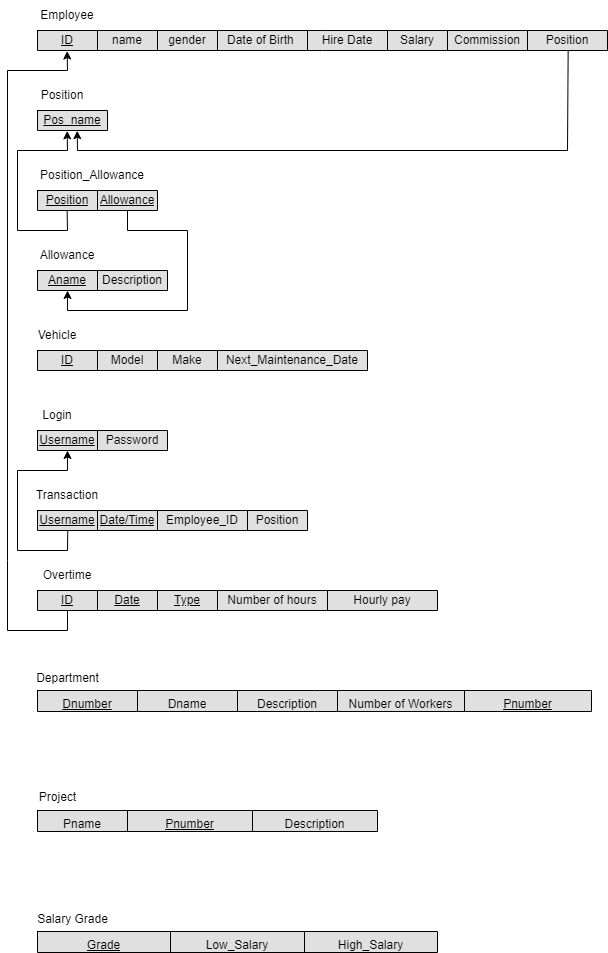
The draw.io diagram Phase 1/Relational Schema.drawio.png in AhmedElkhashn/DB-project, before a commit. Source tidied: cells renumbered, new cells last; positions are measured from the earlier drawing's top-left corner, leaving out a move shared by most shapes.
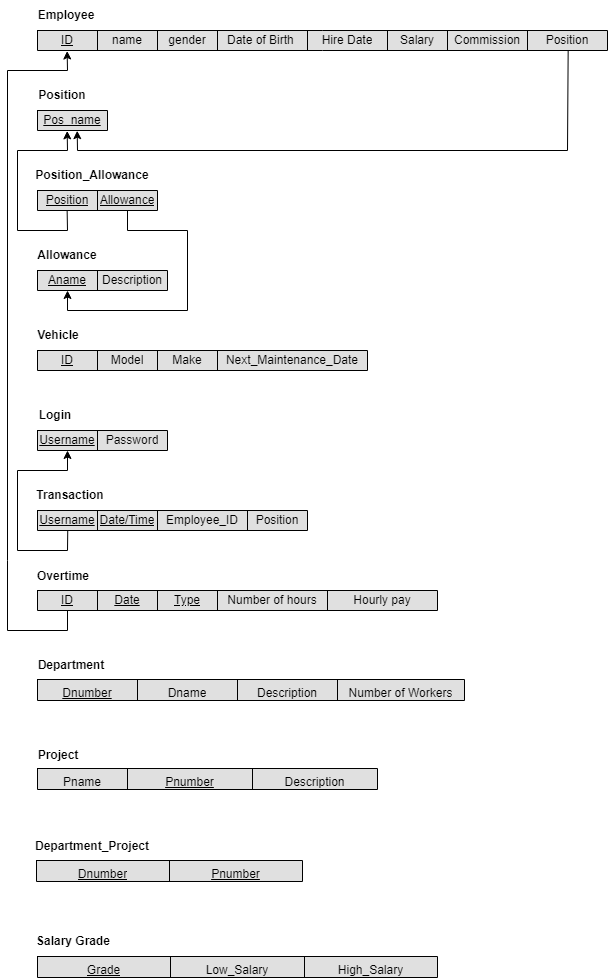
The same file after the commit.

Change to the diagram source:
```diff
@@ -3,7 +3,7 @@
     <mxCell id="0" />
     <mxCell id="1" parent="0" />
     <mxCell id="2" style="shape=table;startSize=0;fontSize=16;fillColor=#E0E0E0;fontColor=#333333;strokeColor=#000000;" parent="1" vertex="1">
-      <mxGeometry x="30" y="30" width="570" height="20" as="geometry" />
+      <mxGeometry x="30" y="22" width="570" height="20" as="geometry" />
     </mxCell>
     <mxCell id="3" style="shape=tableRow;horizontal=0;startSize=0;swimlaneHead=0;swimlaneBody=0;strokeColor=inherit;top=0;left=0;bottom=0;right=0;fillColor=none;points=[[0,0.5],[1,0.5]];portConstraint=eastwest;fontSize=16;" parent="2" vertex="1">
       <mxGeometry width="570" height="20" as="geometry" />
@@ -32,11 +32,11 @@
     <mxCell id="11" value="Position" style="shape=partialRectangle;html=1;whiteSpace=wrap;strokeColor=inherit;overflow=hidden;fillColor=none;top=0;left=0;bottom=0;right=0;fontSize=12;" parent="3" vertex="1">
       <mxGeometry x="490" width="80" height="20" as="geometry" />
     </mxCell>
-    <mxCell id="12" value="Employee" style="text;html=1;strokeColor=none;fillColor=none;align=center;verticalAlign=middle;whiteSpace=wrap;rounded=0;" parent="1" vertex="1">
-      <mxGeometry x="30" width="60" height="30" as="geometry" />
+    <mxCell id="12" value="Employee" style="text;html=1;strokeColor=none;fillColor=none;align=center;verticalAlign=middle;whiteSpace=wrap;rounded=0;fontStyle=1;" parent="1" vertex="1">
+      <mxGeometry x="29" y="-8" width="60" height="30" as="geometry" />
     </mxCell>
     <mxCell id="13" style="shape=table;startSize=0;fontSize=16;fillColor=#e0e0e0;fontColor=#333333;strokeColor=#000000;" parent="1" vertex="1">
-      <mxGeometry x="30" y="190" width="120" height="20" as="geometry" />
+      <mxGeometry x="30" y="182" width="120" height="20" as="geometry" />
     </mxCell>
     <mxCell id="14" style="shape=tableRow;horizontal=0;startSize=0;swimlaneHead=0;swimlaneBody=0;strokeColor=inherit;top=0;left=0;bottom=0;right=0;fillColor=none;points=[[0,0.5],[1,0.5]];portConstraint=eastwest;fontSize=16;" parent="13" vertex="1">
       <mxGeometry width="120" height="20" as="geometry" />
@@ -47,11 +47,11 @@
     <mxCell id="16" value="&lt;u&gt;Allowance&lt;/u&gt;" style="shape=partialRectangle;html=1;whiteSpace=wrap;strokeColor=inherit;overflow=hidden;fillColor=none;top=0;left=0;bottom=0;right=0;fontSize=12;" parent="14" vertex="1">
       <mxGeometry x="60" width="60" height="20" as="geometry" />
     </mxCell>
-    <mxCell id="17" value="Position_Allowance" style="text;html=1;strokeColor=none;fillColor=none;align=center;verticalAlign=middle;whiteSpace=wrap;rounded=0;" parent="1" vertex="1">
-      <mxGeometry x="30" y="160" width="110" height="30" as="geometry" />
+    <mxCell id="17" value="Position_Allowance" style="text;html=1;strokeColor=none;fillColor=none;align=center;verticalAlign=middle;whiteSpace=wrap;rounded=0;fontStyle=1;" parent="1" vertex="1">
+      <mxGeometry x="30" y="152" width="110" height="30" as="geometry" />
     </mxCell>
     <mxCell id="18" style="shape=table;startSize=0;fontSize=16;fillColor=#e0e0e0;fontColor=#333333;strokeColor=#000000;" parent="1" vertex="1">
-      <mxGeometry x="30" y="270" width="130" height="20" as="geometry" />
+      <mxGeometry x="30" y="262" width="130" height="20" as="geometry" />
     </mxCell>
     <mxCell id="19" style="shape=tableRow;horizontal=0;startSize=0;swimlaneHead=0;swimlaneBody=0;strokeColor=inherit;top=0;left=0;bottom=0;right=0;fillColor=none;points=[[0,0.5],[1,0.5]];portConstraint=eastwest;fontSize=16;" parent="18" vertex="1">
       <mxGeometry width="130" height="20" as="geometry" />
@@ -62,11 +62,11 @@
     <mxCell id="21" value="Description" style="shape=partialRectangle;html=1;whiteSpace=wrap;strokeColor=inherit;overflow=hidden;fillColor=none;top=0;left=0;bottom=0;right=0;fontSize=12;" parent="19" vertex="1">
       <mxGeometry x="60" width="70" height="20" as="geometry" />
     </mxCell>
-    <mxCell id="22" value="Allowance" style="text;html=1;strokeColor=none;fillColor=none;align=center;verticalAlign=middle;whiteSpace=wrap;rounded=0;" parent="1" vertex="1">
-      <mxGeometry x="30" y="240" width="60" height="30" as="geometry" />
+    <mxCell id="22" value="Allowance" style="text;html=1;strokeColor=none;fillColor=none;align=center;verticalAlign=middle;whiteSpace=wrap;rounded=0;fontStyle=1;" parent="1" vertex="1">
+      <mxGeometry x="30" y="232" width="60" height="30" as="geometry" />
     </mxCell>
     <mxCell id="23" style="shape=table;startSize=0;fontSize=16;fillColor=#E0E0E0;fontColor=#333333;strokeColor=#000000;" parent="1" vertex="1">
-      <mxGeometry x="30" y="350" width="330" height="20" as="geometry" />
+      <mxGeometry x="30" y="342" width="330" height="20" as="geometry" />
     </mxCell>
     <mxCell id="24" style="shape=tableRow;horizontal=0;startSize=0;swimlaneHead=0;swimlaneBody=0;strokeColor=inherit;top=0;left=0;bottom=0;right=0;fillColor=none;fontSize=16;" parent="23" vertex="1">
       <mxGeometry width="330" height="20" as="geometry" />
@@ -84,7 +84,7 @@
       <mxGeometry x="180" width="150" height="20" as="geometry" />
     </mxCell>
     <mxCell id="29" style="shape=table;startSize=0;fontSize=16;fillColor=#e0e0e0;fontColor=#333333;strokeColor=#000000;" parent="1" vertex="1">
-      <mxGeometry x="30" y="430" width="130" height="20" as="geometry" />
+      <mxGeometry x="30" y="422" width="130" height="20" as="geometry" />
     </mxCell>
     <mxCell id="30" style="shape=tableRow;horizontal=0;startSize=0;swimlaneHead=0;swimlaneBody=0;strokeColor=inherit;top=0;left=0;bottom=0;right=0;fillColor=none;fontSize=16;" parent="29" vertex="1">
       <mxGeometry width="130" height="20" as="geometry" />
@@ -95,14 +95,14 @@
     <mxCell id="32" value="Password" style="shape=partialRectangle;html=1;whiteSpace=wrap;strokeColor=inherit;overflow=hidden;fillColor=none;top=0;left=0;bottom=0;right=0;fontSize=12;" parent="30" vertex="1">
       <mxGeometry x="60" width="70" height="20" as="geometry" />
     </mxCell>
-    <mxCell id="33" value="Login" style="text;html=1;strokeColor=none;fillColor=none;align=center;verticalAlign=middle;whiteSpace=wrap;rounded=0;" parent="1" vertex="1">
-      <mxGeometry x="20" y="400" width="60" height="30" as="geometry" />
+    <mxCell id="33" value="Login" style="text;html=1;strokeColor=none;fillColor=none;align=center;verticalAlign=middle;whiteSpace=wrap;rounded=0;fontStyle=1;" parent="1" vertex="1">
+      <mxGeometry x="18" y="392" width="60" height="30" as="geometry" />
     </mxCell>
-    <mxCell id="34" value="Vehicle" style="text;html=1;strokeColor=none;fillColor=none;align=center;verticalAlign=middle;whiteSpace=wrap;rounded=0;" parent="1" vertex="1">
-      <mxGeometry x="20" y="320" width="60" height="30" as="geometry" />
+    <mxCell id="34" value="Vehicle" style="text;html=1;strokeColor=none;fillColor=none;align=center;verticalAlign=middle;whiteSpace=wrap;rounded=0;fontStyle=1;" parent="1" vertex="1">
+      <mxGeometry x="21" y="312" width="60" height="30" as="geometry" />
     </mxCell>
     <mxCell id="35" style="shape=table;startSize=0;fontSize=16;fillColor=#E0E0E0;fontColor=#333333;strokeColor=#000000;" parent="1" vertex="1">
-      <mxGeometry x="30" y="510" width="270" height="20" as="geometry" />
+      <mxGeometry x="30" y="502" width="270" height="20" as="geometry" />
     </mxCell>
     <mxCell id="36" style="shape=tableRow;horizontal=0;startSize=0;swimlaneHead=0;swimlaneBody=0;strokeColor=inherit;top=0;left=0;bottom=0;right=0;fillColor=none;points=[[0,0.5],[1,0.5]];portConstraint=eastwest;fontSize=16;" parent="35" vertex="1">
       <mxGeometry width="270" height="20" as="geometry" />
@@ -119,22 +119,22 @@
     <mxCell id="40" value="Position" style="shape=partialRectangle;html=1;whiteSpace=wrap;strokeColor=inherit;overflow=hidden;fillColor=none;top=0;left=0;bottom=0;right=0;fontSize=12;" parent="36" vertex="1">
       <mxGeometry x="210" width="60" height="20" as="geometry" />
     </mxCell>
-    <mxCell id="41" value="Transaction" style="text;html=1;strokeColor=none;fillColor=none;align=center;verticalAlign=middle;whiteSpace=wrap;rounded=0;" parent="1" vertex="1">
-      <mxGeometry x="30" y="480" width="60" height="30" as="geometry" />
+    <mxCell id="41" value="Transaction" style="text;html=1;strokeColor=none;fillColor=none;align=center;verticalAlign=middle;whiteSpace=wrap;rounded=0;fontStyle=1;" parent="1" vertex="1">
+      <mxGeometry x="33" y="472" width="60" height="30" as="geometry" />
     </mxCell>
     <mxCell id="42" style="endArrow=classic;html=1;rounded=0;exitX=0.112;exitY=1.025;exitDx=0;exitDy=0;exitPerimeter=0;" parent="1" edge="1" source="36">
       <mxGeometry relative="1" as="geometry">
-        <mxPoint x="60" y="450" as="targetPoint" />
+        <mxPoint x="60" y="442" as="targetPoint" />
         <Array as="points">
-          <mxPoint x="60" y="550" />
-          <mxPoint x="10" y="550" />
-          <mxPoint x="10" y="470" />
-          <mxPoint x="60" y="470" />
+          <mxPoint x="60" y="542" />
+          <mxPoint x="10" y="542" />
+          <mxPoint x="10" y="462" />
+          <mxPoint x="60" y="462" />
         </Array>
       </mxGeometry>
     </mxCell>
     <mxCell id="43" style="shape=table;startSize=0;fontSize=16;fillColor=#E0E0E0;fontColor=#333333;strokeColor=#000000;fontStyle=4;" parent="1" vertex="1">
-      <mxGeometry x="30" y="590" width="400" height="20" as="geometry" />
+      <mxGeometry x="30" y="582" width="400" height="20" as="geometry" />
     </mxCell>
     <mxCell id="44" style="shape=tableRow;horizontal=0;startSize=0;swimlaneHead=0;swimlaneBody=0;strokeColor=inherit;top=0;left=0;bottom=0;right=0;fillColor=none;points=[[0,0.5],[1,0.5]];portConstraint=eastwest;fontSize=16;" parent="43" vertex="1">
       <mxGeometry width="400" height="20" as="geometry" />
@@ -154,22 +154,22 @@
     <mxCell id="49" value="Hourly pay" style="shape=partialRectangle;html=1;whiteSpace=wrap;strokeColor=inherit;overflow=hidden;fillColor=none;top=0;left=0;bottom=0;right=0;fontSize=12;" parent="44" vertex="1">
       <mxGeometry x="290" width="110" height="20" as="geometry" />
     </mxCell>
-    <mxCell id="50" value="Overtime" style="text;html=1;strokeColor=none;fillColor=none;align=center;verticalAlign=middle;whiteSpace=wrap;rounded=0;" parent="1" vertex="1">
-      <mxGeometry x="30" y="560" width="60" height="30" as="geometry" />
+    <mxCell id="50" value="Overtime" style="text;html=1;strokeColor=none;fillColor=none;align=center;verticalAlign=middle;whiteSpace=wrap;rounded=0;fontStyle=1;" parent="1" vertex="1">
+      <mxGeometry x="26" y="553" width="60" height="30" as="geometry" />
     </mxCell>
     <mxCell id="51" style="endArrow=classic;html=1;rounded=0;exitX=0.075;exitY=1.011;exitDx=0;exitDy=0;exitPerimeter=0;entryX=0.052;entryY=1.026;entryDx=0;entryDy=0;entryPerimeter=0;" parent="1" edge="1" source="44" target="3">
       <mxGeometry relative="1" as="geometry">
         <Array as="points">
-          <mxPoint x="60" y="630" />
-          <mxPoint y="630" />
-          <mxPoint y="560" />
-          <mxPoint y="70" />
-          <mxPoint x="60" y="70" />
+          <mxPoint x="60" y="622" />
+          <mxPoint y="622" />
+          <mxPoint y="552" />
+          <mxPoint y="62" />
+          <mxPoint x="60" y="62" />
         </Array>
       </mxGeometry>
     </mxCell>
     <mxCell id="52" style="shape=table;startSize=0;fontSize=16;fillColor=#e0e0e0;fontColor=#333333;strokeColor=#000000;" parent="1" vertex="1">
-      <mxGeometry x="30" y="110" width="70" height="20" as="geometry" />
+      <mxGeometry x="30" y="102" width="70" height="20" as="geometry" />
     </mxCell>
     <mxCell id="53" style="shape=tableRow;horizontal=0;startSize=0;swimlaneHead=0;swimlaneBody=0;strokeColor=inherit;top=0;left=0;bottom=0;right=0;fillColor=none;points=[[0,0.5],[1,0.5]];portConstraint=eastwest;fontSize=16;" parent="52" vertex="1">
       <mxGeometry width="70" height="20" as="geometry" />
@@ -177,42 +177,42 @@
     <mxCell id="54" value="&lt;u&gt;Pos_name&lt;/u&gt;" style="shape=partialRectangle;html=1;whiteSpace=wrap;strokeColor=inherit;overflow=hidden;fillColor=none;top=0;left=0;bottom=0;right=0;fontSize=12;" parent="53" vertex="1">
       <mxGeometry width="70" height="20" as="geometry" />
     </mxCell>
-    <mxCell id="55" value="Position" style="text;html=1;strokeColor=none;fillColor=none;align=center;verticalAlign=middle;whiteSpace=wrap;rounded=0;" parent="1" vertex="1">
-      <mxGeometry x="30" y="80" width="50" height="30" as="geometry" />
+    <mxCell id="55" value="Position" style="text;html=1;strokeColor=none;fillColor=none;align=center;verticalAlign=middle;whiteSpace=wrap;rounded=0;fontStyle=1;" parent="1" vertex="1">
+      <mxGeometry x="30" y="72" width="50" height="30" as="geometry" />
     </mxCell>
     <mxCell id="56" style="endArrow=classic;html=1;rounded=0;entryX=0.424;entryY=1.02;entryDx=0;entryDy=0;entryPerimeter=0;exitX=0.247;exitY=0.995;exitDx=0;exitDy=0;exitPerimeter=0;" parent="1" edge="1" source="14" target="53">
       <mxGeometry relative="1" as="geometry">
         <Array as="points">
-          <mxPoint x="60" y="230" />
-          <mxPoint x="10" y="230" />
-          <mxPoint x="10" y="150" />
-          <mxPoint x="60" y="150" />
+          <mxPoint x="60" y="222" />
+          <mxPoint x="10" y="222" />
+          <mxPoint x="10" y="142" />
+          <mxPoint x="60" y="142" />
         </Array>
       </mxGeometry>
     </mxCell>
     <mxCell id="57" style="endArrow=classic;html=1;rounded=0;entryX=0.567;entryY=1.011;entryDx=0;entryDy=0;entryPerimeter=0;exitX=0.931;exitY=1.015;exitDx=0;exitDy=0;exitPerimeter=0;" parent="1" edge="1" source="3" target="53">
       <mxGeometry relative="1" as="geometry">
         <Array as="points">
-          <mxPoint x="560" y="150" />
-          <mxPoint x="70" y="150" />
+          <mxPoint x="560" y="142" />
+          <mxPoint x="70" y="142" />
         </Array>
       </mxGeometry>
     </mxCell>
     <mxCell id="58" style="endArrow=classic;html=1;rounded=0;entryX=0.231;entryY=1;entryDx=0;entryDy=0;entryPerimeter=0;exitX=0.75;exitY=1.007;exitDx=0;exitDy=0;exitPerimeter=0;" parent="1" edge="1" source="14" target="19">
       <mxGeometry relative="1" as="geometry">
         <Array as="points">
-          <mxPoint x="120" y="230" />
-          <mxPoint x="180" y="230" />
-          <mxPoint x="180" y="310" />
-          <mxPoint x="60" y="310" />
+          <mxPoint x="120" y="222" />
+          <mxPoint x="180" y="222" />
+          <mxPoint x="180" y="302" />
+          <mxPoint x="60" y="302" />
         </Array>
       </mxGeometry>
     </mxCell>
     <mxCell id="59" style="shape=table;startSize=0;fontSize=16;fillColor=#E0E0E0;strokeColor=#000000;fontColor=#333333;" parent="1" vertex="1">
-      <mxGeometry x="30" y="690" width="554" height="21" as="geometry" />
+      <mxGeometry x="30" y="671" width="427" height="21" as="geometry" />
     </mxCell>
     <mxCell id="60" style="shape=tableRow;horizontal=0;startSize=0;swimlaneHead=0;swimlaneBody=0;strokeColor=inherit;top=0;left=0;bottom=0;right=0;fillColor=none;fontSize=16;" parent="59" vertex="1">
-      <mxGeometry width="554" height="21" as="geometry" />
+      <mxGeometry width="427" height="21" as="geometry" />
     </mxCell>
     <mxCell id="61" value="&lt;font style=&quot;font-size: 12px;&quot;&gt;&lt;u&gt;Dnumber&lt;/u&gt;&lt;/font&gt;" style="shape=partialRectangle;html=1;whiteSpace=wrap;strokeColor=inherit;overflow=hidden;fillColor=none;top=0;left=0;bottom=0;right=0;fontSize=16;" parent="60" vertex="1">
       <mxGeometry width="100" height="21" as="geometry" />
@@ -226,14 +226,8 @@
     <mxCell id="64" value="&lt;font style=&quot;font-size: 12px;&quot;&gt;Number of Workers&lt;/font&gt;" style="shape=partialRectangle;html=1;whiteSpace=wrap;strokeColor=inherit;overflow=hidden;fillColor=none;top=0;left=0;bottom=0;right=0;fontSize=16;" parent="60" vertex="1">
       <mxGeometry x="300" width="127" height="21" as="geometry" />
     </mxCell>
-    <mxCell id="65" value="&lt;font style=&quot;font-size: 12px;&quot;&gt;&lt;u&gt;Pnumber&lt;/u&gt;&lt;/font&gt;" style="shape=partialRectangle;html=1;whiteSpace=wrap;strokeColor=inherit;overflow=hidden;fillColor=none;top=0;left=0;bottom=0;right=0;fontSize=16;" parent="60" vertex="1">
-      <mxGeometry x="427" width="127" height="21" as="geometry" />
-    </mxCell>
-    <mxCell id="66" value="Department" style="text;html=1;align=center;verticalAlign=middle;strokeColor=none;fillColor=none;" parent="1" vertex="1">
-      <mxGeometry x="15" y="663" width="90" height="30" as="geometry" />
-    </mxCell>
     <mxCell id="67" style="shape=table;startSize=0;fontSize=16;fillColor=#E0E0E0;strokeColor=#000000;fontColor=#333333;" parent="1" vertex="1">
-      <mxGeometry x="30" y="810" width="340" height="21" as="geometry" />
+      <mxGeometry x="30" y="760" width="340" height="21" as="geometry" />
     </mxCell>
     <mxCell id="68" style="shape=tableRow;horizontal=0;startSize=0;swimlaneHead=0;swimlaneBody=0;strokeColor=inherit;top=0;left=0;bottom=0;right=0;fillColor=none;fontSize=16;" parent="67" vertex="1">
       <mxGeometry width="340" height="21" as="geometry" />
@@ -247,11 +241,8 @@
     <mxCell id="71" value="&lt;font style=&quot;font-size: 12px;&quot;&gt;Description&lt;/font&gt;" style="shape=partialRectangle;html=1;whiteSpace=wrap;strokeColor=inherit;overflow=hidden;fillColor=none;top=0;left=0;bottom=0;right=0;fontSize=16;" parent="68" vertex="1">
       <mxGeometry x="215" width="125" height="21" as="geometry" />
     </mxCell>
-    <mxCell id="72" value="Project" style="text;html=1;align=center;verticalAlign=middle;strokeColor=none;fillColor=none;" parent="1" vertex="1">
-      <mxGeometry x="20" y="782" width="60" height="30" as="geometry" />
-    </mxCell>
     <mxCell id="73" style="shape=table;startSize=0;fontSize=16;fillColor=#E0E0E0;strokeColor=#000000;fontColor=#333333;spacing=2;" parent="1" vertex="1">
-      <mxGeometry x="30" y="931" width="400" height="21" as="geometry" />
+      <mxGeometry x="30" y="948" width="400" height="21" as="geometry" />
     </mxCell>
     <mxCell id="74" style="shape=tableRow;horizontal=0;startSize=0;swimlaneHead=0;swimlaneBody=0;strokeColor=inherit;top=0;left=0;bottom=0;right=0;fillColor=none;fontSize=16;" parent="73" vertex="1">
       <mxGeometry width="400" height="21" as="geometry" />
@@ -265,8 +256,29 @@
     <mxCell id="77" value="&lt;font style=&quot;font-size: 12px;&quot;&gt;High_Salary&lt;/font&gt;" style="shape=partialRectangle;html=1;whiteSpace=wrap;strokeColor=inherit;overflow=hidden;fillColor=none;top=0;left=0;bottom=0;right=0;fontSize=16;" parent="74" vertex="1">
       <mxGeometry x="267" width="133" height="21" as="geometry" />
     </mxCell>
+    <mxCell id="66" value="&lt;b&gt;Department&lt;/b&gt;" style="text;html=1;strokeColor=none;fillColor=none;align=center;verticalAlign=middle;whiteSpace=wrap;rounded=0;" parent="1" vertex="1">
+      <mxGeometry x="34" y="642" width="60" height="30" as="geometry" />
+    </mxCell>
+    <mxCell id="72" value="&lt;b&gt;Project&lt;/b&gt;" style="text;html=1;strokeColor=none;fillColor=none;align=center;verticalAlign=middle;whiteSpace=wrap;rounded=0;" parent="1" vertex="1">
+      <mxGeometry x="21" y="732" width="60" height="30" as="geometry" />
+    </mxCell>
-    <mxCell id="78" value="Salary Grade" style="text;html=1;align=center;verticalAlign=middle;strokeColor=none;fillColor=none;" parent="1" vertex="1">
-      <mxGeometry x="20" y="904" width="90" height="30" as="geometry" />
+    <mxCell id="78" value="&lt;b&gt;Salary Grade&lt;/b&gt;" style="text;html=1;strokeColor=none;fillColor=none;align=center;verticalAlign=middle;whiteSpace=wrap;rounded=0;" parent="1" vertex="1">
+      <mxGeometry x="24" y="918" width="84" height="30" as="geometry" />
     </mxCell>
+    <mxCell id="79" style="shape=table;startSize=0;fontSize=16;fillColor=#E0E0E0;strokeColor=#000000;fontColor=#333333;" parent="1" vertex="1">
+      <mxGeometry x="29" y="852" width="266" height="21" as="geometry" />
+    </mxCell>
+    <mxCell id="80" style="shape=tableRow;horizontal=0;startSize=0;swimlaneHead=0;swimlaneBody=0;strokeColor=inherit;top=0;left=0;bottom=0;right=0;fillColor=none;fontSize=16;" parent="79" vertex="1">
+      <mxGeometry width="266" height="21" as="geometry" />
+    </mxCell>
+    <mxCell id="81" value="&lt;font style=&quot;font-size: 12px;&quot;&gt;&lt;u&gt;Dnumber&lt;/u&gt;&lt;/font&gt;" style="shape=partialRectangle;html=1;whiteSpace=wrap;strokeColor=inherit;overflow=hidden;fillColor=none;top=0;left=0;bottom=0;right=0;fontSize=16;" parent="80" vertex="1">
+      <mxGeometry width="133" height="21" as="geometry" />
+    </mxCell>
+    <mxCell id="65" value="&lt;u&gt;&lt;font style=&quot;font-size: 12px;&quot;&gt;Pnumber&lt;/font&gt;&lt;/u&gt;" style="shape=partialRectangle;html=1;whiteSpace=wrap;strokeColor=inherit;overflow=hidden;fillColor=none;top=0;left=0;bottom=0;right=0;fontSize=16;" parent="80" vertex="1">
+      <mxGeometry x="133" width="133" height="21" as="geometry" />
+    </mxCell>
+    <mxCell id="82" value="&lt;b&gt;Department_Project&lt;/b&gt;" style="text;html=1;strokeColor=none;fillColor=none;align=center;verticalAlign=middle;whiteSpace=wrap;rounded=0;" parent="1" vertex="1">
+      <mxGeometry x="55" y="823" width="60" height="30" as="geometry" />
+    </mxCell>
   </root>
 </mxGraphModel>
```
